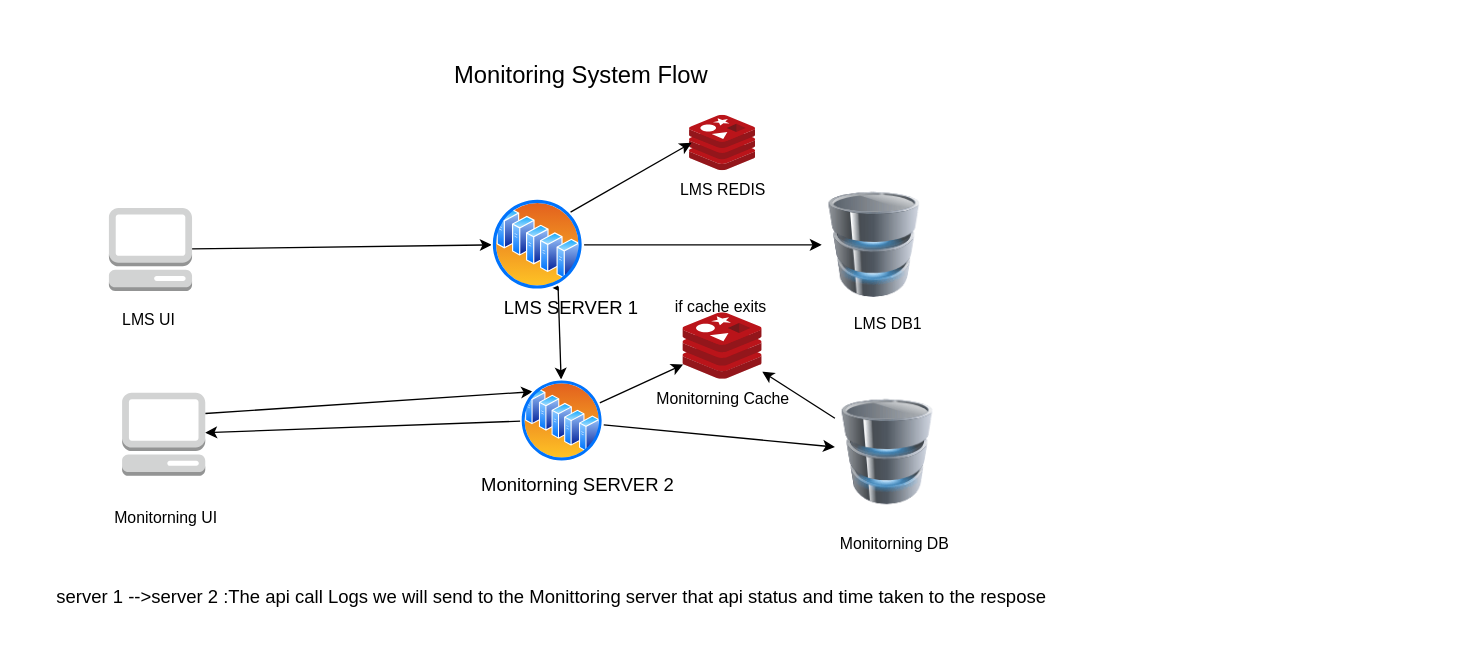
Above: Server-server2.drawio in ravitharun/ReatimeApiMonitorning (draw.io), before the change. Source tidied: cells renumbered, new cells numbered last; positions are measured from the earlier drawing's top-left corner, leaving out a move shared by most shapes. Both pictures are drawn from the tidied source at 132%, with x=0, y=0 at pixel (42, 49).
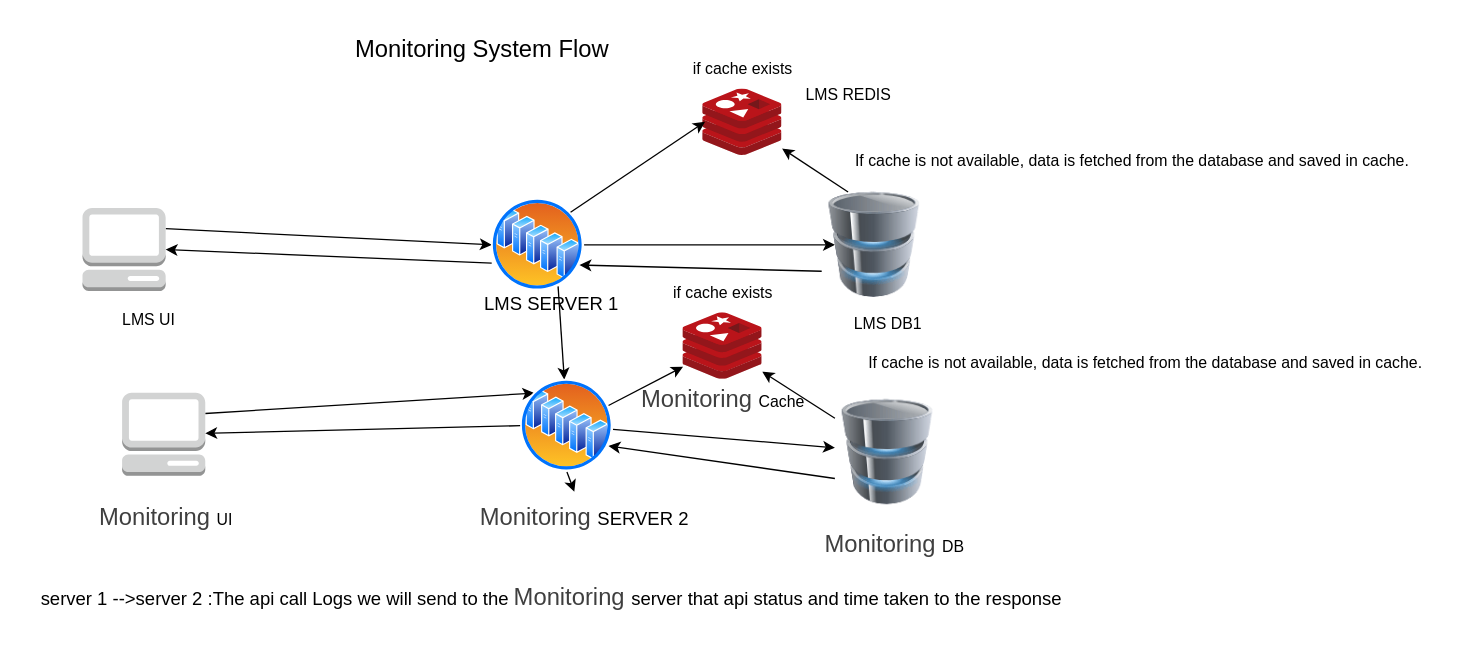
The same diagram, later.

Unchanged cells that the change refers to:
```xml
<mxCell id="12" style="image;perimeter=ellipsePerimeter;html=1;align=center;shadow=0;dashed=0;spacingTop=3;image=img/lib/active_directory/server_farm.svg;" parent="1" vertex="1">
  <mxGeometry x="340" y="113" width="70" height="70" as="geometry" />
</mxCell>
<mxCell id="19" style="image;html=1;image=img/lib/clip_art/computers/Database_128x128.png;" parent="1" vertex="1">
  <mxGeometry x="590" y="108" width="80" height="80" as="geometry" />
</mxCell>
<mxCell id="21" style="image;html=1;image=img/lib/clip_art/computers/Database_128x128.png;" parent="1" vertex="1">
  <mxGeometry x="600" y="265" width="80" height="80" as="geometry" />
</mxCell>
```

The edit, as a diff of the source:
```diff
@@
     <mxCell id="2" value="&lt;font style=&quot;font-size: 18px;&quot;&gt;&amp;nbsp;Monitoring System Flow&lt;/font&gt;" style="text;html=1;align=center;verticalAlign=middle;strokeColor=none;fillColor=none;" parent="1" vertex="1">
-      <mxGeometry x="295" width="220" height="40" as="geometry" />
+      <mxGeometry x="220" y="-20" width="220" height="40" as="geometry" />
     </mxCell>
-    <mxCell id="3" style="edgeStyle=none;html=1;entryX=0;entryY=0.5;entryDx=0;entryDy=0;" parent="1" edge="1" source="4" target="12">
+    <mxCell id="3" style="edgeStyle=none;html=1;entryX=0;entryY=0.5;entryDx=0;entryDy=0;exitX=1;exitY=0.25;exitDx=0;exitDy=0;exitPerimeter=0;" parent="1" edge="1" source="4" target="12">
       <mxGeometry relative="1" as="geometry" />
     </mxCell>
     <mxCell id="4" style="outlineConnect=0;dashed=0;verticalLabelPosition=bottom;verticalAlign=top;align=center;html=1;shape=mxgraph.aws3.management_console;fillColor=#D2D3D3;gradientColor=none;" parent="1" vertex="1">
-      <mxGeometry x="50" y="120" width="63" height="63" as="geometry" />
+      <mxGeometry x="30" y="120" width="63" height="63" as="geometry" />
     </mxCell>
@@
-    <mxCell id="8" value="Monitorning UI" style="text;html=1;align=center;verticalAlign=middle;strokeColor=none;fillColor=none;" parent="1" vertex="1">
-      <mxGeometry x="43" y="340" width="100" height="30" as="geometry" />
+    <mxCell id="8" value="&lt;span style=&quot;color: rgb(63, 63, 63); font-size: 18px;&quot;&gt;Monitoring&amp;nbsp;&lt;/span&gt;UI" style="text;html=1;align=center;verticalAlign=middle;strokeColor=none;fillColor=none;" parent="1" vertex="1">
+      <mxGeometry x="33" y="335" width="120" height="40" as="geometry" />
     </mxCell>
-    <mxCell id="9" style="edgeStyle=none;html=1;" parent="1" edge="1" source="12" target="13">
-      <mxGeometry relative="1" as="geometry" />
-    </mxCell>
-    <mxCell id="10" style="edgeStyle=none;html=1;" parent="1" edge="1" source="12" target="19">
-      <mxGeometry relative="1" as="geometry" />
+    <mxCell id="10" style="edgeStyle=none;html=1;" parent="1" edge="1" source="12">
+      <mxGeometry relative="1" as="geometry">
+        <mxPoint x="600" y="148" as="targetPoint" />
+      </mxGeometry>
     </mxCell>
@@
+    <mxCell id="31" style="edgeStyle=none;html=1;exitX=0;exitY=0.75;exitDx=0;exitDy=0;entryX=1;entryY=0.5;entryDx=0;entryDy=0;entryPerimeter=0;" parent="1" edge="1" target="4">
+      <mxGeometry relative="1" as="geometry">
+        <mxPoint x="340" y="161.9" as="sourcePoint" />
+      </mxGeometry>
+    </mxCell>
@@
     <mxCell id="13" value="&lt;font style=&quot;font-size: 14px;&quot;&gt;LMS SERVER 1&lt;/font&gt;&lt;div&gt;&lt;br&gt;&lt;/div&gt;" style="text;html=1;align=center;verticalAlign=middle;points=[];strokeColor=none;fillColor=none;" parent="1" vertex="1">
-      <mxGeometry x="335" y="183" width="130" height="40" as="geometry" />
+      <mxGeometry x="320" y="180" width="130" height="40" as="geometry" />
     </mxCell>
-    <mxCell id="14" value="&lt;font style=&quot;font-size: 14px;&quot;&gt;Monitorning SERVER 2&lt;/font&gt;" style="text;html=1;align=center;verticalAlign=middle;points=[];strokeColor=none;fillColor=none;" parent="1" vertex="1">
-      <mxGeometry x="320" y="315" width="170" height="30" as="geometry" />
+    <mxCell id="14" value="&lt;font style=&quot;font-size: 14px;&quot;&gt;&lt;span style=&quot;color: rgb(63, 63, 63); font-size: 18px;&quot;&gt;Monitoring&amp;nbsp;&lt;/span&gt;SERVER 2&lt;/font&gt;" style="text;html=1;align=center;verticalAlign=middle;points=[];strokeColor=none;fillColor=none;" parent="1" vertex="1">
+      <mxGeometry x="320" y="335" width="180" height="40" as="geometry" />
     </mxCell>
@@
+    <mxCell id="32" style="edgeStyle=none;html=1;exitX=0.5;exitY=1;exitDx=0;exitDy=0;" parent="1" edge="1" source="18" target="14">
+      <mxGeometry relative="1" as="geometry" />
+    </mxCell>
     <mxCell id="18" style="image;perimeter=ellipsePerimeter;html=1;align=center;shadow=0;dashed=0;spacingTop=3;image=img/lib/active_directory/server_farm.svg;" parent="1" vertex="1">
-      <mxGeometry x="362" y="250" width="63" height="63" as="geometry" />
+      <mxGeometry x="362" y="250" width="70" height="70" as="geometry" />
     </mxCell>
+    <mxCell id="33" style="edgeStyle=none;html=1;exitX=0.25;exitY=0;exitDx=0;exitDy=0;" parent="1" edge="1" source="19" target="24">
+      <mxGeometry relative="1" as="geometry" />
+    </mxCell>
+    <mxCell id="34" style="edgeStyle=none;html=1;exitX=0;exitY=0.75;exitDx=0;exitDy=0;entryX=1;entryY=0.75;entryDx=0;entryDy=0;" parent="1" edge="1" source="19" target="12">
+      <mxGeometry relative="1" as="geometry" />
+    </mxCell>
@@
+    <mxCell id="35" style="edgeStyle=none;html=1;exitX=0;exitY=0.75;exitDx=0;exitDy=0;entryX=1;entryY=0.75;entryDx=0;entryDy=0;" parent="1" edge="1" source="21" target="18">
+      <mxGeometry relative="1" as="geometry" />
+    </mxCell>
@@
-    <mxCell id="23" value="Monitorning DB" style="text;html=1;align=center;verticalAlign=middle;strokeColor=none;fillColor=none;" parent="1" vertex="1">
-      <mxGeometry x="590" y="360" width="110" height="30" as="geometry" />
+    <mxCell id="23" value="&lt;span style=&quot;color: rgb(63, 63, 63); font-size: 18px;&quot;&gt;Monitoring&amp;nbsp;&lt;/span&gt;DB" style="text;html=1;align=center;verticalAlign=middle;strokeColor=none;fillColor=none;" parent="1" vertex="1">
+      <mxGeometry x="580" y="355" width="130" height="40" as="geometry" />
     </mxCell>
     <mxCell id="24" style="image;sketch=0;html=1;points=[];align=center;fontSize=12;image=img/lib/mscae/Cache_Redis_Product.svg;" parent="1" vertex="1">
-      <mxGeometry x="490" y="50" width="50" height="42" as="geometry" />
+      <mxGeometry x="500" y="30" width="60" height="50.4" as="geometry" />
     </mxCell>
@@
     <mxCell id="26" value="LMS REDIS" style="text;html=1;align=center;verticalAlign=middle;strokeColor=none;fillColor=none;" parent="1" vertex="1">
-      <mxGeometry x="470" y="92" width="90" height="30" as="geometry" />
+      <mxGeometry x="565" y="20" width="90" height="30" as="geometry" />
     </mxCell>
-    <mxCell id="27" value="&lt;font style=&quot;font-size: 14px;&quot;&gt;server 1 --&amp;gt;server 2 :The api call Logs we will send to the Monittoring server that api status and time taken to the respose&lt;/font&gt;" style="text;html=1;align=center;verticalAlign=middle;strokeColor=none;fillColor=none;" parent="1" vertex="1">
-      <mxGeometry y="400" width="770" height="30" as="geometry" />
+    <mxCell id="27" value="&lt;font style=&quot;font-size: 14px;&quot;&gt;server 1 --&amp;gt;server 2 :The api call Logs we will send to the&amp;nbsp;&lt;span style=&quot;color: rgb(63, 63, 63); font-size: 18px;&quot;&gt;Monitoring&amp;nbsp;&lt;/span&gt;server that api status and time taken to the&amp;nbsp;response&lt;/font&gt;" style="text;html=1;align=center;verticalAlign=middle;strokeColor=none;fillColor=none;" parent="1" vertex="1">
+      <mxGeometry x="-15" y="395" width="800" height="40" as="geometry" />
     </mxCell>
@@
-    <mxCell id="29" value="if cache exits&amp;nbsp;" style="text;html=1;align=center;verticalAlign=middle;strokeColor=none;fillColor=none;" parent="1" vertex="1">
-      <mxGeometry x="465" y="180" width="100" height="30" as="geometry" />
+    <mxCell id="29" value="if&amp;nbsp;cache exists" style="text;html=1;align=center;verticalAlign=middle;strokeColor=none;fillColor=none;" parent="1" vertex="1">
+      <mxGeometry x="465" y="169.6" width="100" height="30" as="geometry" />
     </mxCell>
-    <mxCell id="30" value="Monitorning Cache" style="text;html=1;align=center;verticalAlign=middle;strokeColor=none;fillColor=none;" parent="1" vertex="1">
-      <mxGeometry x="455" y="250" width="120" height="30" as="geometry" />
+    <mxCell id="30" value="&lt;span style=&quot;color: rgb(63, 63, 63); font-size: 18px;&quot;&gt;Monitoring&amp;nbsp;&lt;/span&gt;Cache" style="text;html=1;align=center;verticalAlign=middle;strokeColor=none;fillColor=none;" parent="1" vertex="1">
+      <mxGeometry x="440" y="245" width="150" height="40" as="geometry" />
     </mxCell>
+    <mxCell id="36" value="If cache is not available, data is fetched from the database and saved in cache." style="text;html=1;align=center;verticalAlign=middle;strokeColor=none;fillColor=none;" parent="1" vertex="1">
+      <mxGeometry x="605" y="70" width="440" height="30" as="geometry" />
+    </mxCell>
+    <mxCell id="37" value="If cache is not available, data is fetched from the database and saved in cache." style="text;html=1;align=center;verticalAlign=middle;strokeColor=none;fillColor=none;" parent="1" vertex="1">
+      <mxGeometry x="615" y="223" width="440" height="30" as="geometry" />
+    </mxCell>
+    <mxCell id="38" value="if&amp;nbsp;cache exists" style="text;html=1;align=center;verticalAlign=middle;strokeColor=none;fillColor=none;" parent="1" vertex="1">
+      <mxGeometry x="480" width="100" height="30" as="geometry" />
+    </mxCell>
```
